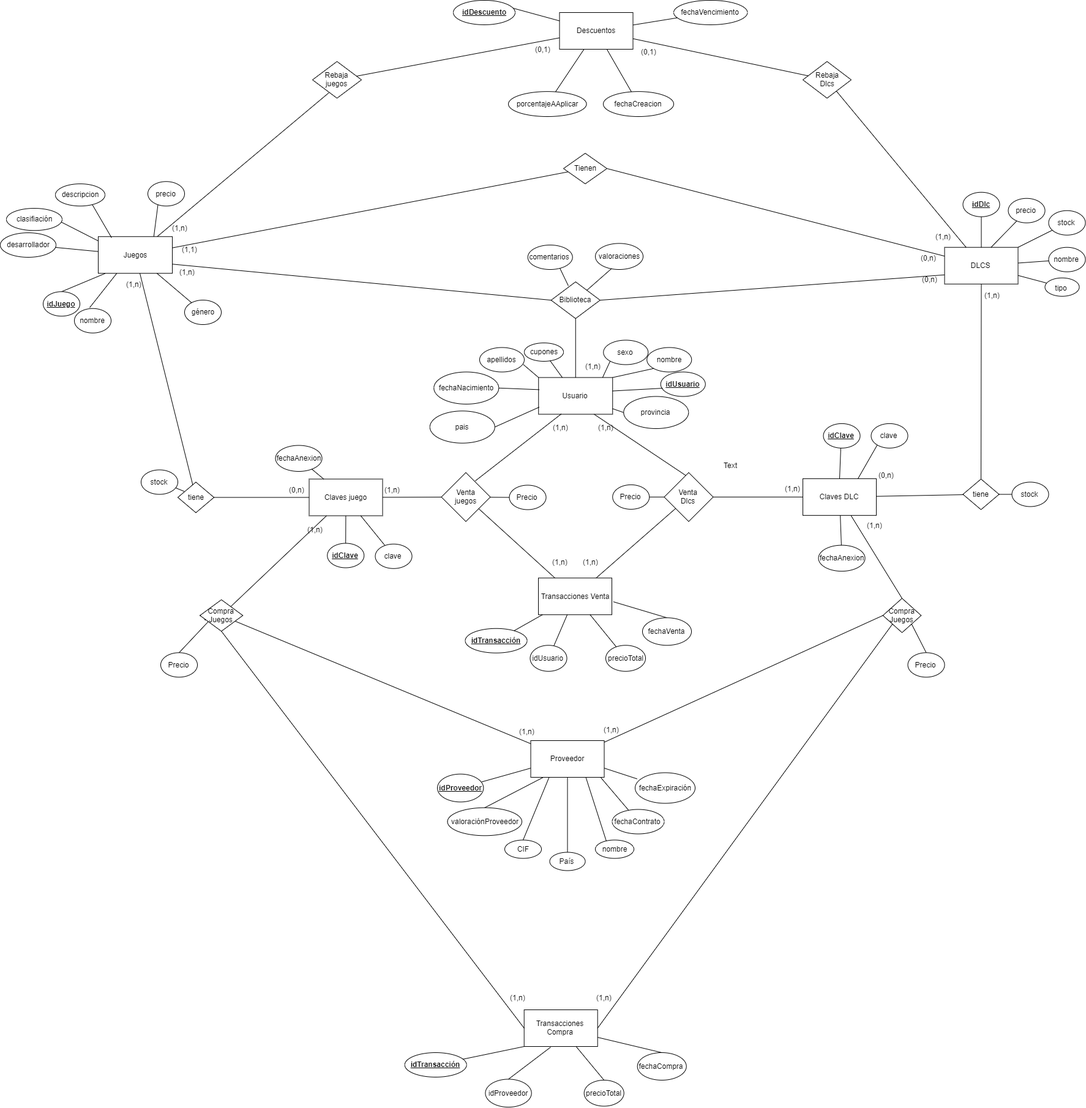
This is Diagramas/Diagrama Entidad relación SQL.png from alberto402/StumForYou, a draw.io export, as it was before one commit. Source tidied: cells renumbered, new cells last; positions are measured from the earlier drawing's top-left corner, leaving out a move shared by most shapes.
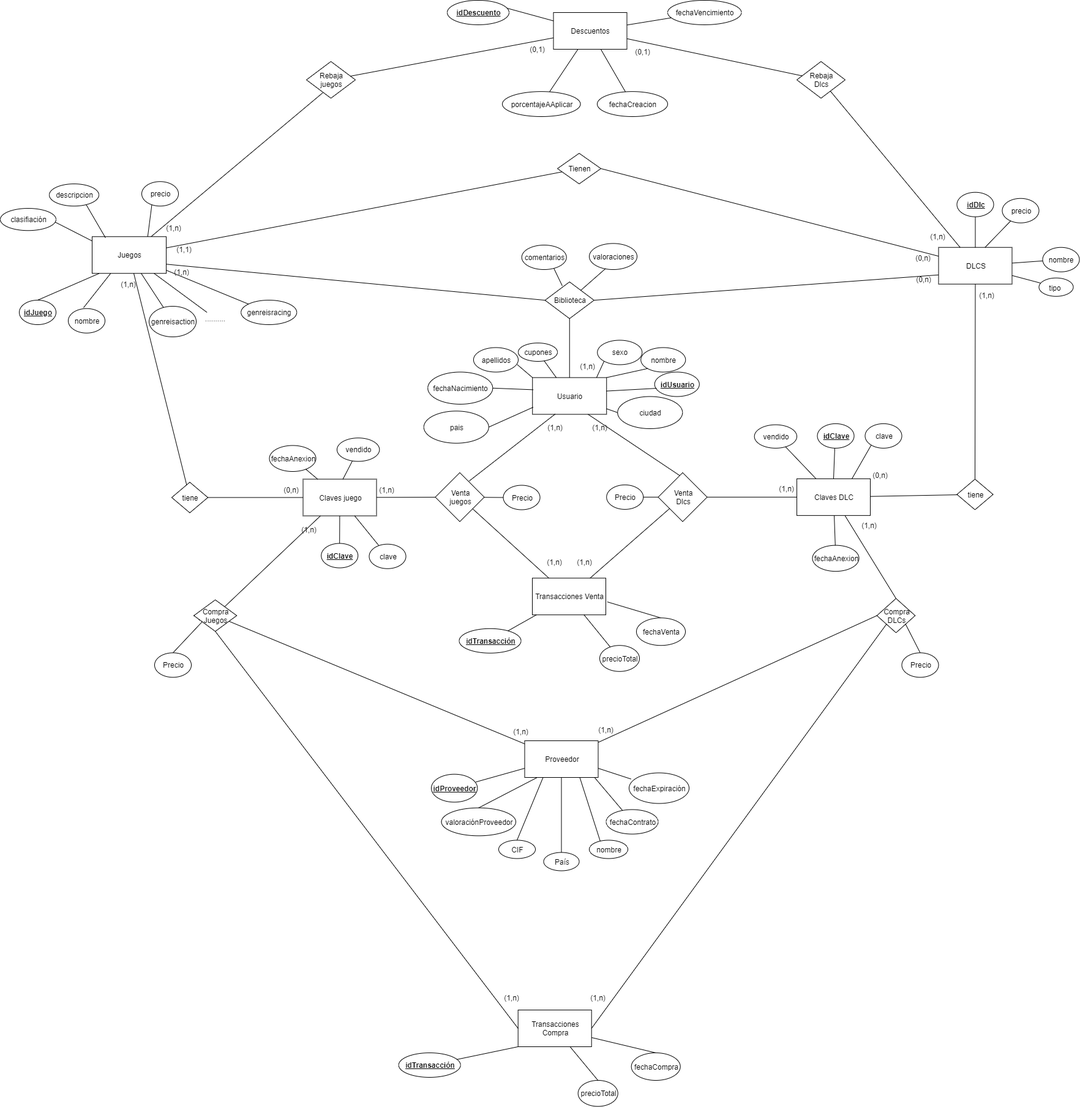
After the commit.

Commit message:
Siagrama Entidad relación corregido

Diff of the diagram source:
```diff
@@ -24,7 +24,7 @@
       <mxGeometry relative="1" as="geometry" />
     </mxCell>
     <mxCell id="9" value="&lt;u&gt;&lt;b&gt;idJuego&lt;/b&gt;&lt;/u&gt;" style="ellipse;whiteSpace=wrap;html=1;" parent="1" vertex="1">
-      <mxGeometry x="70" y="476.2" width="60" height="40" as="geometry" />
+      <mxGeometry x="41" y="490" width="60" height="40" as="geometry" />
     </mxCell>
     <mxCell id="10" style="endArrow=none;html=1;strokeWidth=1;entryX=0.25;entryY=1;entryDx=0;entryDy=0;exitX=0.417;exitY=-0.037;exitDx=0;exitDy=0;exitPerimeter=0;" parent="1" edge="1" source="11" target="2">
       <mxGeometry relative="1" as="geometry" />
@@ -35,8 +35,8 @@
     <mxCell id="12" style="endArrow=none;html=1;strokeWidth=1;" parent="1" edge="1" source="13" target="2">
       <mxGeometry relative="1" as="geometry" />
     </mxCell>
-    <mxCell id="13" value="género" style="ellipse;whiteSpace=wrap;html=1;" parent="1" vertex="1">
-      <mxGeometry x="301" y="490" width="60" height="40" as="geometry" />
+    <mxCell id="13" value="genreisracing" style="ellipse;whiteSpace=wrap;html=1;" parent="1" vertex="1">
+      <mxGeometry x="403.2" y="490" width="91" height="40" as="geometry" />
     </mxCell>
     <mxCell id="14" style="endArrow=none;html=1;strokeWidth=1;entryX=0.75;entryY=0;entryDx=0;entryDy=0;exitX=0.278;exitY=0.913;exitDx=0;exitDy=0;exitPerimeter=0;" parent="1" edge="1" source="15" target="2">
       <mxGeometry relative="1" as="geometry" />
@@ -68,12 +68,6 @@
     <mxCell id="23" value="nombre" style="ellipse;whiteSpace=wrap;html=1;" parent="1" vertex="1">
       <mxGeometry x="1712.5" y="403.8" width="60" height="40" as="geometry" />
     </mxCell>
-    <mxCell id="24" style="endArrow=none;html=1;strokeWidth=1;" parent="1" edge="1" source="25" target="3">
-      <mxGeometry relative="1" as="geometry" />
-    </mxCell>
-    <mxCell id="25" value="stock" style="ellipse;whiteSpace=wrap;html=1;" parent="1" vertex="1">
-      <mxGeometry x="1712.5" y="343.8" width="60" height="40" as="geometry" />
-    </mxCell>
     <mxCell id="26" value="Transacciones Venta" style="rounded=0;whiteSpace=wrap;html=1;" parent="1" vertex="1">
       <mxGeometry x="879" y="944.2" width="120" height="60" as="geometry" />
     </mxCell>
@@ -83,12 +77,6 @@
     <mxCell id="28" value="&lt;u&gt;&lt;b&gt;idTransacción&lt;/b&gt;&lt;/u&gt;" style="ellipse;whiteSpace=wrap;html=1;" parent="1" vertex="1">
       <mxGeometry x="759.5" y="1026.8" width="101" height="40" as="geometry" />
     </mxCell>
-    <mxCell id="29" style="endArrow=none;html=1;strokeWidth=1;" parent="1" edge="1" source="30" target="26">
-      <mxGeometry relative="1" as="geometry" />
-    </mxCell>
-    <mxCell id="30" value="idUsuario" style="ellipse;whiteSpace=wrap;html=1;" parent="1" vertex="1">
-      <mxGeometry x="865.5" y="1054.2" width="60" height="42.5" as="geometry" />
-    </mxCell>
     <mxCell id="31" style="endArrow=none;html=1;strokeWidth=1;" parent="1" edge="1" source="32" target="26">
       <mxGeometry relative="1" as="geometry" />
     </mxCell>
@@ -149,12 +137,6 @@
     <mxCell id="50" value="clasifiación" style="ellipse;whiteSpace=wrap;html=1;" parent="1" vertex="1">
       <mxGeometry x="10" y="340" width="91" height="36.2" as="geometry" />
     </mxCell>
-    <mxCell id="51" style="endArrow=none;html=1;strokeWidth=1;" parent="1" edge="1" source="52" target="2">
-      <mxGeometry relative="1" as="geometry" />
-    </mxCell>
-    <mxCell id="52" value="desarrollador" style="ellipse;whiteSpace=wrap;html=1;" parent="1" vertex="1">
-      <mxGeometry y="380" width="91" height="40" as="geometry" />
-    </mxCell>
     <mxCell id="53" value="Rebaja&lt;br&gt;Dlcs" style="rhombus;whiteSpace=wrap;html=1;" parent="1" vertex="1">
       <mxGeometry x="1311" y="100" width="79" height="60" as="geometry" />
     </mxCell>
@@ -193,7 +175,7 @@
     <mxCell id="64" style="endArrow=none;html=1;" parent="1" edge="1" source="60" target="63">
       <mxGeometry relative="1" as="geometry" />
     </mxCell>
-    <mxCell id="65" value="Compra Juegos" style="rhombus;whiteSpace=wrap;html=1;direction=south;" parent="1" vertex="1">
+    <mxCell id="65" value="Compra DLCs" style="rhombus;whiteSpace=wrap;html=1;direction=south;" parent="1" vertex="1">
       <mxGeometry x="1441.8" y="977.5" width="62.5" height="56" as="geometry" />
     </mxCell>
     <mxCell id="66" style="endArrow=none;html=1;exitX=0;exitY=0.5;exitDx=0;exitDy=0;" parent="1" edge="1" source="65" target="83">
@@ -283,14 +265,6 @@
     <mxCell id="94" style="endArrow=none;html=1;" parent="1" edge="1" source="83" target="56">
       <mxGeometry relative="1" as="geometry" />
     </mxCell>
-    <mxCell id="95" style="endArrow=none;html=1;strokeWidth=1;entryX=0.5;entryY=0;entryDx=0;entryDy=0;" parent="1" edge="1" source="96">
-      <mxGeometry relative="1" as="geometry">
-        <mxPoint x="300" y="802.5" as="targetPoint" />
-      </mxGeometry>
-    </mxCell>
-    <mxCell id="96" value="stock" style="ellipse;whiteSpace=wrap;html=1;" parent="1" vertex="1">
-      <mxGeometry x="230" y="767.5" width="60" height="40" as="geometry" />
-    </mxCell>
     <mxCell id="97" style="endArrow=none;html=1;strokeWidth=1;" parent="1" edge="1" source="98" target="81">
       <mxGeometry relative="1" as="geometry" />
     </mxCell>
@@ -315,12 +289,6 @@
     <mxCell id="104" value="clave" style="ellipse;whiteSpace=wrap;html=1;" parent="1" vertex="1">
       <mxGeometry x="1422.5" y="691.9" width="60" height="40" as="geometry" />
     </mxCell>
-    <mxCell id="105" style="endArrow=none;html=1;strokeWidth=1;" parent="1" edge="1" source="106" target="89">
-      <mxGeometry relative="1" as="geometry" />
-    </mxCell>
-    <mxCell id="106" value="stock" style="ellipse;whiteSpace=wrap;html=1;" parent="1" vertex="1">
-      <mxGeometry x="1652.5" y="787.5" width="60" height="40" as="geometry" />
-    </mxCell>
     <mxCell id="107" style="endArrow=none;html=1;strokeWidth=1;exitX=0.5;exitY=0;exitDx=0;exitDy=0;entryX=0.192;entryY=0.698;entryDx=0;entryDy=0;entryPerimeter=0;" parent="1" edge="1" source="108" target="63">
       <mxGeometry relative="1" as="geometry" />
     </mxCell>
@@ -363,12 +331,6 @@
     <mxCell id="120" value="fechaCompra" style="ellipse;whiteSpace=wrap;html=1;" parent="1" vertex="1">
       <mxGeometry x="1040.7" y="1720" width="80" height="45" as="geometry" />
     </mxCell>
-    <mxCell id="121" style="endArrow=none;html=1;strokeWidth=1;exitX=0.5;exitY=0;exitDx=0;exitDy=0;entryX=0.36;entryY=1.019;entryDx=0;entryDy=0;entryPerimeter=0;" parent="1" edge="1" source="122" target="59">
-      <mxGeometry relative="1" as="geometry" />
-    </mxCell>
-    <mxCell id="122" value="idProveedor" style="ellipse;whiteSpace=wrap;html=1;" parent="1" vertex="1">
-      <mxGeometry x="792.4" y="1763.4" width="75.3" height="45.6" as="geometry" />
-    </mxCell>
     <mxCell id="123" style="endArrow=none;html=1;strokeWidth=1;exitX=0.5;exitY=0;exitDx=0;exitDy=0;" parent="1" edge="1" source="124" target="59">
       <mxGeometry relative="1" as="geometry" />
     </mxCell>
@@ -456,7 +418,7 @@
     <mxCell id="151" style="endArrow=none;html=1;entryX=1;entryY=0.5;entryDx=0;entryDy=0;exitX=0.009;exitY=0.807;exitDx=0;exitDy=0;exitPerimeter=0;" parent="1" edge="1" source="130" target="150">
       <mxGeometry relative="1" as="geometry" />
     </mxCell>
-    <mxCell id="152" value="provincia" style="ellipse;whiteSpace=wrap;html=1;" parent="1" vertex="1">
+    <mxCell id="152" value="ciudad" style="ellipse;whiteSpace=wrap;html=1;" parent="1" vertex="1">
       <mxGeometry x="1018.2" y="647.5" width="106" height="52.5" as="geometry" />
     </mxCell>
     <mxCell id="153" style="endArrow=none;html=1;entryX=0;entryY=0.5;entryDx=0;entryDy=0;" parent="1" edge="1" source="130" target="152">
@@ -540,8 +502,31 @@
     <mxCell id="179" style="endArrow=none;html=1;strokeWidth=1;" parent="1" edge="1" source="84" target="2">
       <mxGeometry relative="1" as="geometry" />
     </mxCell>
-    <mxCell id="180" value="Text" style="text;html=1;align=center;verticalAlign=middle;" parent="1" vertex="1">
-      <mxGeometry x="1173" y="750" width="40" height="20" as="geometry" />
-    </mxCell>
+    <mxCell id="181" style="endArrow=none;html=1;strokeWidth=1;" parent="1" edge="1" source="182" target="2">
+      <mxGeometry relative="1" as="geometry" />
+    </mxCell>
+    <mxCell id="182" value="genreisaction" style="ellipse;whiteSpace=wrap;html=1;" parent="1" vertex="1">
+      <mxGeometry x="253" y="500" width="77" height="50" as="geometry" />
+    </mxCell>
+    <mxCell id="183" value=".........." style="text;html=1;align=center;verticalAlign=middle;points=[];" parent="1" vertex="1">
+      <mxGeometry x="336.2" y="510" width="50" height="20" as="geometry" />
+    </mxCell>
+    <mxCell id="184" style="endArrow=none;html=1;strokeWidth=1;" parent="1" edge="1" source="183" target="2">
+      <mxGeometry relative="1" as="geometry" />
+    </mxCell>
+    <mxCell id="185" value="vendido" style="ellipse;whiteSpace=wrap;html=1;" parent="1" vertex="1">
+      <mxGeometry x="1241.7" y="693.6" width="69.3" height="38.2" as="geometry" />
+    </mxCell>
+    <mxCell id="186" style="endArrow=none;html=1;" parent="1" edge="1" source="83" target="185">
+      <mxGeometry relative="1" as="geometry" />
+    </mxCell>
+    <mxCell id="187" value="vendido" style="ellipse;whiteSpace=wrap;html=1;" parent="1" vertex="1">
+      <mxGeometry x="560" y="715.2" width="69.3" height="38.2" as="geometry" />
+    </mxCell>
+    <mxCell id="188" style="endArrow=none;html=1;" parent="1" edge="1" target="187">
+      <mxGeometry relative="1" as="geometry">
+        <mxPoint x="569.6" y="782.5" as="sourcePoint" />
+      </mxGeometry>
+    </mxCell>
   </root>
 </mxGraphModel>
```
